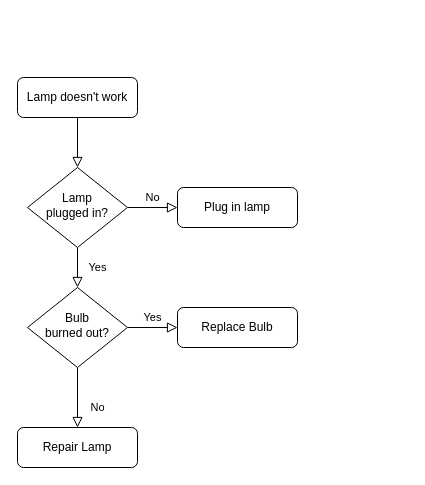
This is Untitled Diagram.drawio from NevercomeG/starts, a draw.io file, before an edit. Source tidied: cells renumbered, new cells numbered last; positions are measured from the earlier drawing's top-left corner, leaving out a move shared by most shapes. Both pictures are drawn from the tidied source at 100%, with x=0, y=0 at pixel (17, 77).
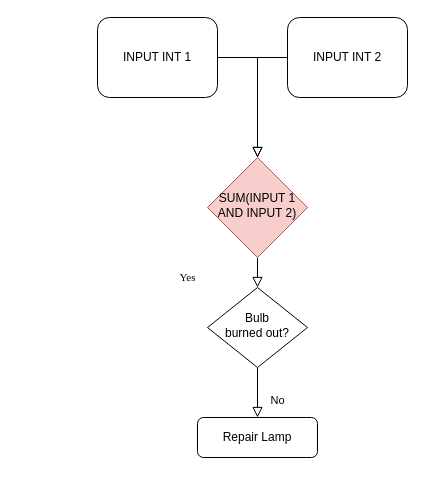
Above is the later version.

The edit, as a diff of the source:
```diff
@@
 <mxGraphModel>
   <root>
     <mxCell id="0" />
     <mxCell id="1" parent="0" />
     <mxCell id="2" style="rounded=0;html=1;jettySize=auto;fontSize=11;endArrow=block;endFill=0;endSize=8;strokeWidth=1;shadow=0;labelBackgroundColor=none;edgeStyle=orthogonalEdgeStyle;" parent="1" edge="1" source="3" target="6">
-      <mxGeometry relative="1" as="geometry" />
+      <mxGeometry relative="1" as="geometry">
+        <Array as="points">
+          <mxPoint x="240" y="50" />
+          <mxPoint x="240" y="50" />
+        </Array>
+      </mxGeometry>
     </mxCell>
-    <mxCell id="3" value="Lamp doesn't work" style="rounded=1;whiteSpace=wrap;html=1;fontSize=12;glass=0;strokeWidth=1;shadow=0;" parent="1" vertex="1">
-      <mxGeometry width="120" height="40" as="geometry" />
+    <mxCell id="3" value="INPUT INT 1" style="rounded=1;whiteSpace=wrap;html=1;fontSize=12;glass=0;strokeWidth=1;shadow=0;" parent="1" vertex="1">
+      <mxGeometry x="80" y="-60" width="120" height="80" as="geometry" />
     </mxCell>
-    <mxCell id="4" value="Yes" style="rounded=0;html=1;jettySize=auto;fontSize=11;endArrow=block;endFill=0;endSize=8;strokeWidth=1;shadow=0;labelBackgroundColor=none;edgeStyle=orthogonalEdgeStyle;" parent="1" edge="1" source="6" target="10">
-      <mxGeometry y="20" relative="1" as="geometry" />
+    <mxCell id="4" value="Yes" style="rounded=0;html=1;jettySize=auto;fontSize=11;endArrow=block;endFill=0;endSize=8;strokeWidth=1;shadow=0;labelBackgroundColor=none;fontFamily=Times New Roman;" parent="1" edge="1" source="6" target="10">
+      <mxGeometry x="0.33" y="-70" relative="1" as="geometry" />
     </mxCell>
-    <mxCell id="5" value="No" style="edgeStyle=orthogonalEdgeStyle;rounded=0;html=1;jettySize=auto;fontSize=11;endArrow=block;endFill=0;endSize=8;strokeWidth=1;shadow=0;labelBackgroundColor=none;" parent="1" edge="1" source="6" target="7">
-      <mxGeometry y="10" relative="1" as="geometry" />
-    </mxCell>
-    <mxCell id="6" value="Lamp&lt;br&gt;plugged in?" style="rhombus;whiteSpace=wrap;html=1;shadow=0;fontFamily=Helvetica;fontSize=12;align=center;strokeWidth=1;spacing=6;spacingTop=-4;" parent="1" vertex="1">
-      <mxGeometry x="10" y="90" width="100" height="80" as="geometry" />
+    <mxCell id="6" value="SUM(INPUT 1 AND INPUT 2)" style="rhombus;whiteSpace=wrap;html=1;shadow=0;fontFamily=Helvetica;fontSize=12;align=center;strokeWidth=1;spacing=6;spacingTop=-4;fillColor=#f8cecc;strokeColor=#b85450;" parent="1" vertex="1">
+      <mxGeometry x="190" y="80" width="100" height="100" as="geometry" />
     </mxCell>
-    <mxCell id="7" value="Plug in lamp" style="rounded=1;whiteSpace=wrap;html=1;fontSize=12;glass=0;strokeWidth=1;shadow=0;" parent="1" vertex="1">
-      <mxGeometry x="160" y="110" width="120" height="40" as="geometry" />
-    </mxCell>
     <mxCell id="8" value="No" style="rounded=0;html=1;jettySize=auto;fontSize=11;endArrow=block;endFill=0;endSize=8;strokeWidth=1;shadow=0;labelBackgroundColor=none;edgeStyle=orthogonalEdgeStyle;" parent="1" edge="1" source="10" target="11">
       <mxGeometry x="0.33" y="20" relative="1" as="geometry" />
     </mxCell>
-    <mxCell id="9" value="Yes" style="edgeStyle=orthogonalEdgeStyle;rounded=0;html=1;jettySize=auto;fontSize=11;endArrow=block;endFill=0;endSize=8;strokeWidth=1;shadow=0;labelBackgroundColor=none;" parent="1" edge="1" source="10" target="12">
-      <mxGeometry y="10" relative="1" as="geometry" />
-    </mxCell>
     <mxCell id="10" value="Bulb&lt;br&gt;burned out?" style="rhombus;whiteSpace=wrap;html=1;shadow=0;fontFamily=Helvetica;fontSize=12;align=center;strokeWidth=1;spacing=6;spacingTop=-4;" parent="1" vertex="1">
-      <mxGeometry x="10" y="210" width="100" height="80" as="geometry" />
+      <mxGeometry x="190" y="210" width="100" height="80" as="geometry" />
     </mxCell>
     <mxCell id="11" value="Repair Lamp" style="rounded=1;whiteSpace=wrap;html=1;fontSize=12;glass=0;strokeWidth=1;shadow=0;" parent="1" vertex="1">
-      <mxGeometry y="350" width="120" height="40" as="geometry" />
+      <mxGeometry x="180" y="340" width="120" height="40" as="geometry" />
     </mxCell>
-    <mxCell id="12" value="Replace Bulb" style="rounded=1;whiteSpace=wrap;html=1;fontSize=12;glass=0;strokeWidth=1;shadow=0;" parent="1" vertex="1">
-      <mxGeometry x="160" y="230" width="120" height="40" as="geometry" />
-    </mxCell>
+    <mxCell id="13" value="INPUT INT 2" style="rounded=1;whiteSpace=wrap;html=1;fontSize=12;glass=0;strokeWidth=1;shadow=0;" parent="1" vertex="1">
+      <mxGeometry x="270" y="-60" width="120" height="80" as="geometry" />
+    </mxCell>
+    <mxCell id="14" style="rounded=0;jettySize=auto;fontSize=11;endArrow=block;endFill=0;endSize=8;strokeWidth=1;shadow=0;labelBackgroundColor=none;edgeStyle=orthogonalEdgeStyle;html=1;" parent="1" edge="1" source="13" target="6">
+      <mxGeometry relative="1" as="geometry">
+        <Array as="points">
+          <mxPoint x="240" y="-20" />
+        </Array>
+      </mxGeometry>
+    </mxCell>
   </root>
 </mxGraphModel>
```
